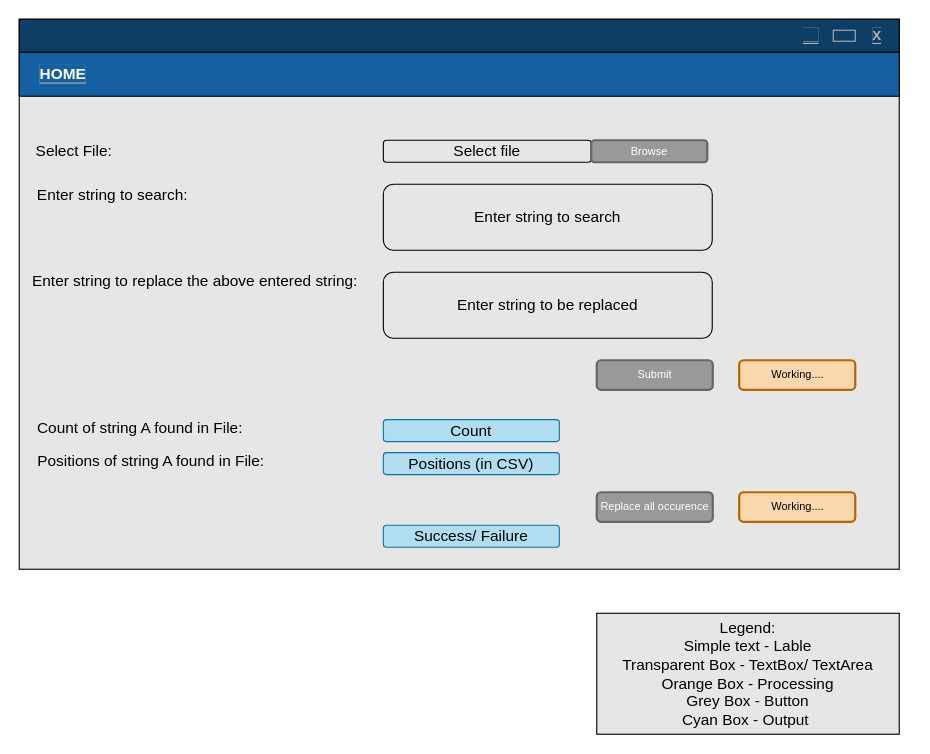
Above: Requirements/Untitled Diagram.drawio in SachBisht/MultiEditor (draw.io), before the change. Source tidied: cells renumbered, new cells numbered last; positions are measured from the earlier drawing's top-left corner, leaving out a move shared by most shapes. Both pictures are drawn from the tidied source at 110%, with x=0, y=0 at pixel (19, 19).
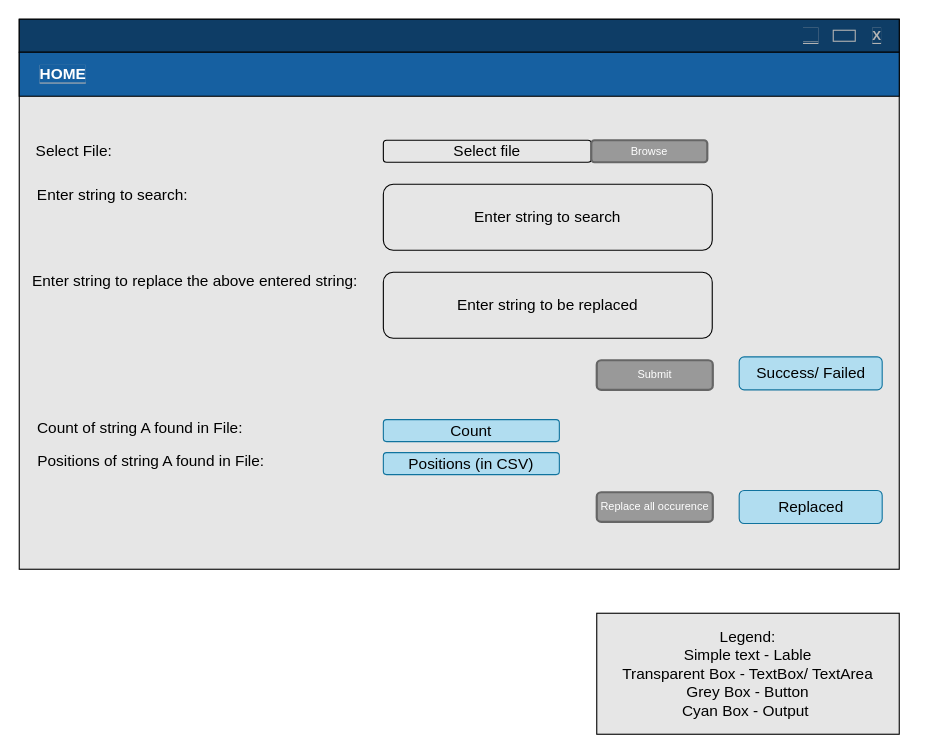
After the change.

Commit message:
refs #1 Updated BaseUI.drawio for Labels

What changed in the source:
```diff
@@
-    <mxCell id="21" value="Success/ Failure" style="rounded=1;whiteSpace=wrap;html=1;labelBackgroundColor=none;strokeWidth=1;fillColor=#b1ddf0;fontSize=14;strokeColor=#10739e;" parent="1" vertex="1">
-      <mxGeometry x="331" y="460" width="160" height="20" as="geometry" />
+    <mxCell id="21" value="Success/ Failed" style="rounded=1;whiteSpace=wrap;html=1;labelBackgroundColor=none;strokeWidth=1;fillColor=#b1ddf0;fontSize=14;strokeColor=#10739e;" parent="1" vertex="1">
+      <mxGeometry x="654.5" y="306.9" width="130" height="30" as="geometry" />
     </mxCell>
-    <mxCell id="22" value="Working...." style="rounded=1;html=1;shadow=0;dashed=0;whiteSpace=wrap;fontSize=10;fillColor=#fad7ac;align=center;strokeColor=#b46504;strokeWidth=2;labelBackgroundColor=none;" parent="1" vertex="1">
-      <mxGeometry x="654.5" y="310" width="105.5" height="26.9" as="geometry" />
-    </mxCell>
-    <mxCell id="23" value="Working...." style="rounded=1;html=1;shadow=0;dashed=0;whiteSpace=wrap;fontSize=10;fillColor=#fad7ac;align=center;strokeColor=#b46504;strokeWidth=2;labelBackgroundColor=none;" parent="1" vertex="1">
-      <mxGeometry x="654.5" y="430" width="105.5" height="26.9" as="geometry" />
-    </mxCell>
-    <mxCell id="24" value="Legend:&lt;br&gt;Simple text - Lable&lt;br&gt;Transparent Box - TextBox/ TextArea&lt;br&gt;Orange Box - Processing&lt;br&gt;Grey Box - Button&lt;br&gt;Cyan Box - Output&amp;nbsp;" style="rounded=0;whiteSpace=wrap;html=1;labelBackgroundColor=none;strokeWidth=1;fillColor=#E6E6E6;gradientColor=none;fontSize=14;fontColor=#000000;" parent="1" vertex="1">
+    <mxCell id="24" value="Legend:&lt;br&gt;Simple text - Lable&lt;br&gt;Transparent Box - TextBox/ TextArea&lt;br&gt;Grey Box - Button&lt;br&gt;Cyan Box - Output&amp;nbsp;" style="rounded=0;whiteSpace=wrap;html=1;labelBackgroundColor=none;strokeWidth=1;fillColor=#E6E6E6;gradientColor=none;fontSize=14;fontColor=#000000;" parent="1" vertex="1">
       <mxGeometry x="525" y="540" width="275" height="110" as="geometry" />
     </mxCell>
@@
+    <mxCell id="26" value="Replaced" style="rounded=1;whiteSpace=wrap;html=1;labelBackgroundColor=none;strokeWidth=1;fillColor=#b1ddf0;fontSize=14;strokeColor=#10739e;" parent="1" vertex="1">
+      <mxGeometry x="654.5" y="428.4" width="130" height="30" as="geometry" />
+    </mxCell>
```
